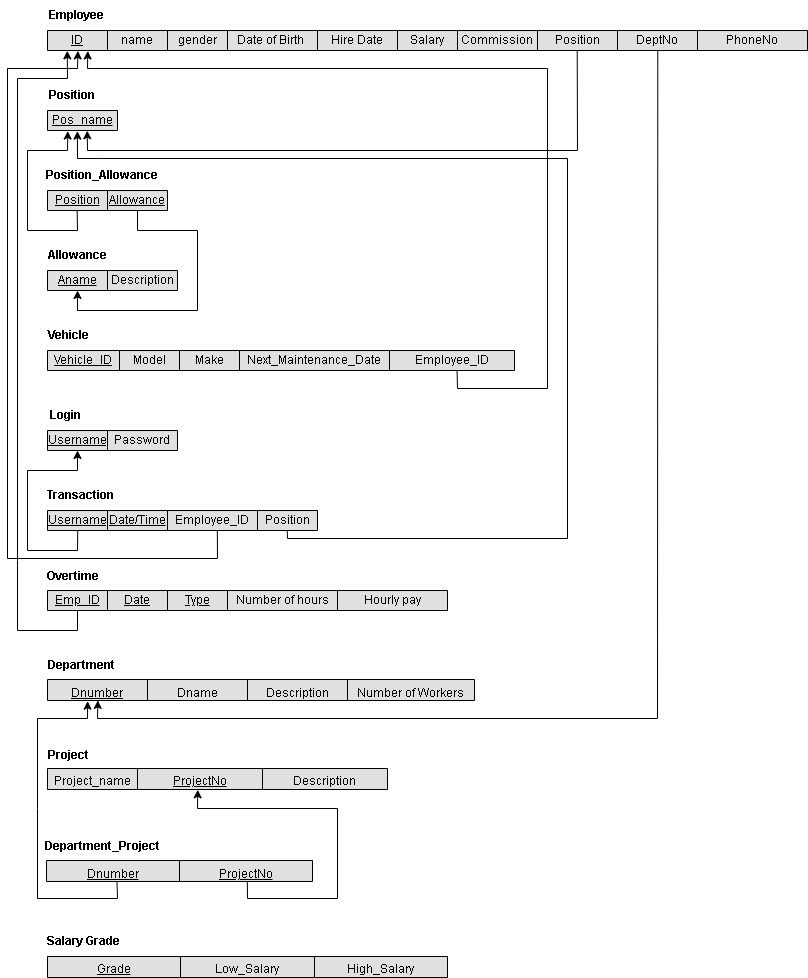
Above: Phase 1/Relational Schema.drawio.png in AhmedElkhashn/DB-project (draw.io), before the change. Source tidied: cells renumbered, new cells last; positions are measured from the earlier drawing's top-left corner, leaving out a move shared by most shapes.
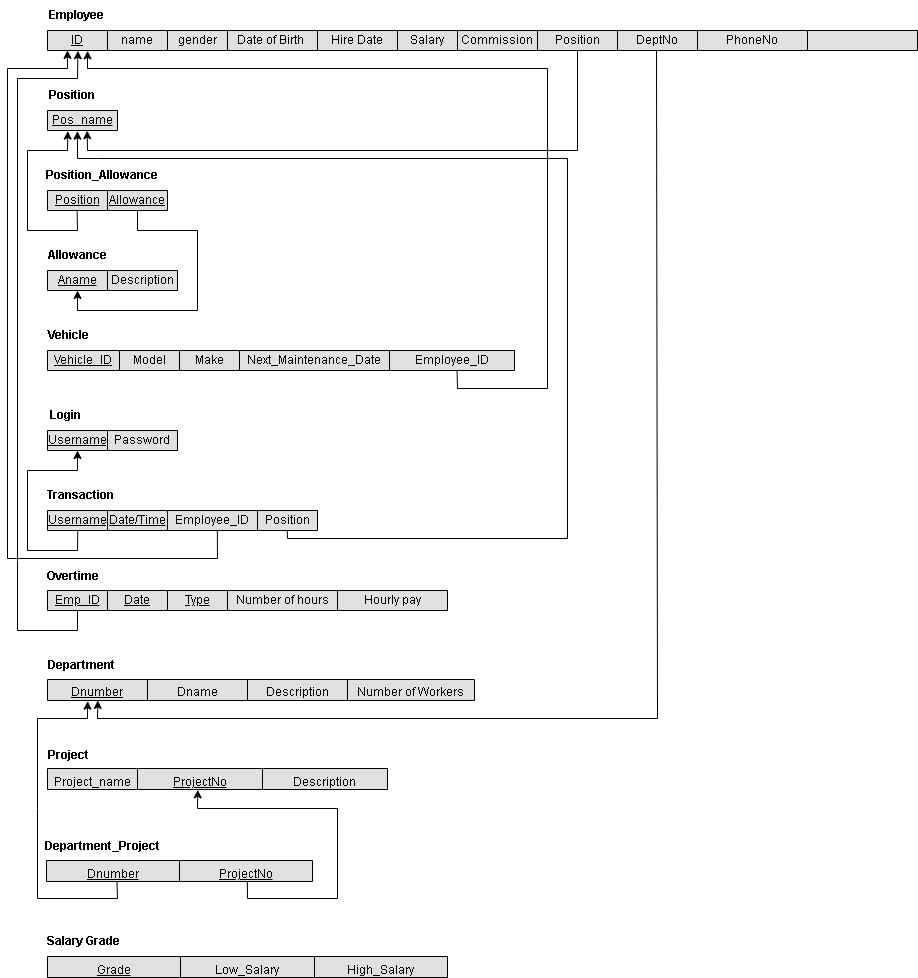
Later version of the same file.

The edit, as a diff of the source:
```diff
@@ -3,10 +3,10 @@
     <mxCell id="0" />
     <mxCell id="1" parent="0" />
     <mxCell id="2" style="shape=table;startSize=0;fontSize=16;fillColor=#E0E0E0;fontColor=#333333;strokeColor=#000000;" parent="1" vertex="1">
-      <mxGeometry x="40" y="30" width="760" height="20" as="geometry" />
+      <mxGeometry x="40" y="30" width="870" height="20" as="geometry" />
     </mxCell>
     <mxCell id="3" style="shape=tableRow;horizontal=0;startSize=0;swimlaneHead=0;swimlaneBody=0;strokeColor=inherit;top=0;left=0;bottom=0;right=0;fillColor=none;points=[[0,0.5],[1,0.5]];portConstraint=eastwest;fontSize=16;" parent="2" vertex="1">
-      <mxGeometry width="760" height="20" as="geometry" />
+      <mxGeometry width="870" height="20" as="geometry" />
     </mxCell>
     <mxCell id="4" value="&lt;u&gt;ID&lt;/u&gt;" style="shape=partialRectangle;html=1;whiteSpace=wrap;strokeColor=inherit;overflow=hidden;fillColor=none;top=0;left=0;bottom=0;right=0;fontSize=12;" parent="3" vertex="1">
       <mxGeometry width="60" height="20" as="geometry" />
@@ -38,6 +38,9 @@
     <mxCell id="13" value="PhoneNo" style="shape=partialRectangle;html=1;whiteSpace=wrap;strokeColor=inherit;overflow=hidden;fillColor=none;top=0;left=0;bottom=0;right=0;fontSize=12;" parent="3" vertex="1">
       <mxGeometry x="650" width="110" height="20" as="geometry" />
     </mxCell>
+    <mxCell id="92" style="shape=partialRectangle;html=1;whiteSpace=wrap;strokeColor=inherit;overflow=hidden;fillColor=none;top=0;left=0;bottom=0;right=0;fontSize=12;" parent="3" vertex="1">
+      <mxGeometry x="760" width="110" height="20" as="geometry" />
+    </mxCell>
     <mxCell id="14" value="Employee" style="text;html=1;strokeColor=none;fillColor=none;align=center;verticalAlign=middle;whiteSpace=wrap;rounded=0;fontStyle=1;" parent="1" vertex="1">
       <mxGeometry x="39" width="60" height="30" as="geometry" />
     </mxCell>
@@ -166,14 +169,14 @@
     <mxCell id="53" value="Overtime" style="text;html=1;strokeColor=none;fillColor=none;align=center;verticalAlign=middle;whiteSpace=wrap;rounded=0;fontStyle=1;" parent="1" vertex="1">
       <mxGeometry x="36" y="561" width="60" height="30" as="geometry" />
     </mxCell>
-    <mxCell id="54" style="endArrow=classic;html=1;rounded=0;exitX=0.075;exitY=1.011;exitDx=0;exitDy=0;exitPerimeter=0;entryX=0.026;entryY=1.018;entryDx=0;entryDy=0;entryPerimeter=0;" parent="1" edge="1" source="47" target="3">
+    <mxCell id="54" style="endArrow=classic;html=1;rounded=0;exitX=0.075;exitY=1.011;exitDx=0;exitDy=0;exitPerimeter=0;entryX=0.035;entryY=1.014;entryDx=0;entryDy=0;entryPerimeter=0;" parent="1" edge="1" source="47" target="3">
       <mxGeometry relative="1" as="geometry">
         <Array as="points">
           <mxPoint x="70" y="630" />
           <mxPoint x="10" y="630" />
           <mxPoint x="10" y="560" />
           <mxPoint x="10" y="78" />
-          <mxPoint x="60" y="78" />
+          <mxPoint x="70" y="78" />
         </Array>
       </mxGeometry>
     </mxCell>
@@ -199,8 +202,9 @@
         </Array>
       </mxGeometry>
     </mxCell>
-    <mxCell id="60" style="endArrow=classic;html=1;rounded=0;entryX=0.567;entryY=1.011;entryDx=0;entryDy=0;entryPerimeter=0;exitX=0.697;exitY=1.012;exitDx=0;exitDy=0;exitPerimeter=0;" parent="1" edge="1" source="3" target="56">
+    <mxCell id="60" style="endArrow=classic;html=1;rounded=0;entryX=0.567;entryY=1.011;entryDx=0;entryDy=0;entryPerimeter=0;" parent="1" edge="1" target="56">
       <mxGeometry relative="1" as="geometry">
+        <mxPoint x="570" y="68" as="sourcePoint" />
         <Array as="points">
           <mxPoint x="570" y="50" />
           <mxPoint x="570" y="150" />
@@ -290,7 +294,7 @@
     <mxCell id="85" value="&lt;b&gt;Department_Project&lt;/b&gt;" style="text;html=1;strokeColor=none;fillColor=none;align=center;verticalAlign=middle;whiteSpace=wrap;rounded=0;" parent="1" vertex="1">
       <mxGeometry x="65" y="831" width="60" height="30" as="geometry" />
     </mxCell>
-    <mxCell id="86" style="endArrow=classic;html=1;rounded=0;entryX=0.118;entryY=0.997;entryDx=0;entryDy=0;entryPerimeter=0;exitX=0.803;exitY=0.99;exitDx=0;exitDy=0;exitPerimeter=0;" parent="1" edge="1" source="3" target="63">
+    <mxCell id="86" style="endArrow=classic;html=1;rounded=0;entryX=0.118;entryY=0.997;entryDx=0;entryDy=0;entryPerimeter=0;exitX=0.7;exitY=0.969;exitDx=0;exitDy=0;exitPerimeter=0;" parent="1" edge="1" source="3" target="63">
       <mxGeometry relative="1" as="geometry">
         <Array as="points">
           <mxPoint x="650" y="718" />
@@ -309,17 +313,17 @@
         </Array>
       </mxGeometry>
     </mxCell>
-    <mxCell id="88" style="endArrow=classic;html=1;rounded=0;entryX=0.04;entryY=1.021;entryDx=0;entryDy=0;exitX=0.629;exitY=1.011;exitDx=0;exitDy=0;exitPerimeter=0;entryPerimeter=0;" parent="1" edge="1" source="39" target="3">
+    <mxCell id="88" style="endArrow=classic;html=1;rounded=0;entryX=0.023;entryY=0.994;entryDx=0;entryDy=0;exitX=0.629;exitY=1.011;exitDx=0;exitDy=0;exitPerimeter=0;entryPerimeter=0;" parent="1" edge="1" source="39" target="3">
       <mxGeometry relative="1" as="geometry">
         <Array as="points">
           <mxPoint x="210" y="558" />
           <mxPoint y="558" />
           <mxPoint y="68" />
-          <mxPoint x="70" y="68" />
+          <mxPoint x="60" y="68" />
         </Array>
       </mxGeometry>
     </mxCell>
-    <mxCell id="89" style="endArrow=classic;html=1;rounded=0;exitX=0.877;exitY=1.006;exitDx=0;exitDy=0;exitPerimeter=0;entryX=0.053;entryY=1.025;entryDx=0;entryDy=0;entryPerimeter=0;" parent="1" edge="1" source="26" target="3">
+    <mxCell id="89" style="endArrow=classic;html=1;rounded=0;exitX=0.877;exitY=1.006;exitDx=0;exitDy=0;exitPerimeter=0;entryX=0.046;entryY=1.014;entryDx=0;entryDy=0;entryPerimeter=0;" parent="1" edge="1" source="26" target="3">
       <mxGeometry relative="1" as="geometry">
         <Array as="points">
           <mxPoint x="450" y="388" />
```
